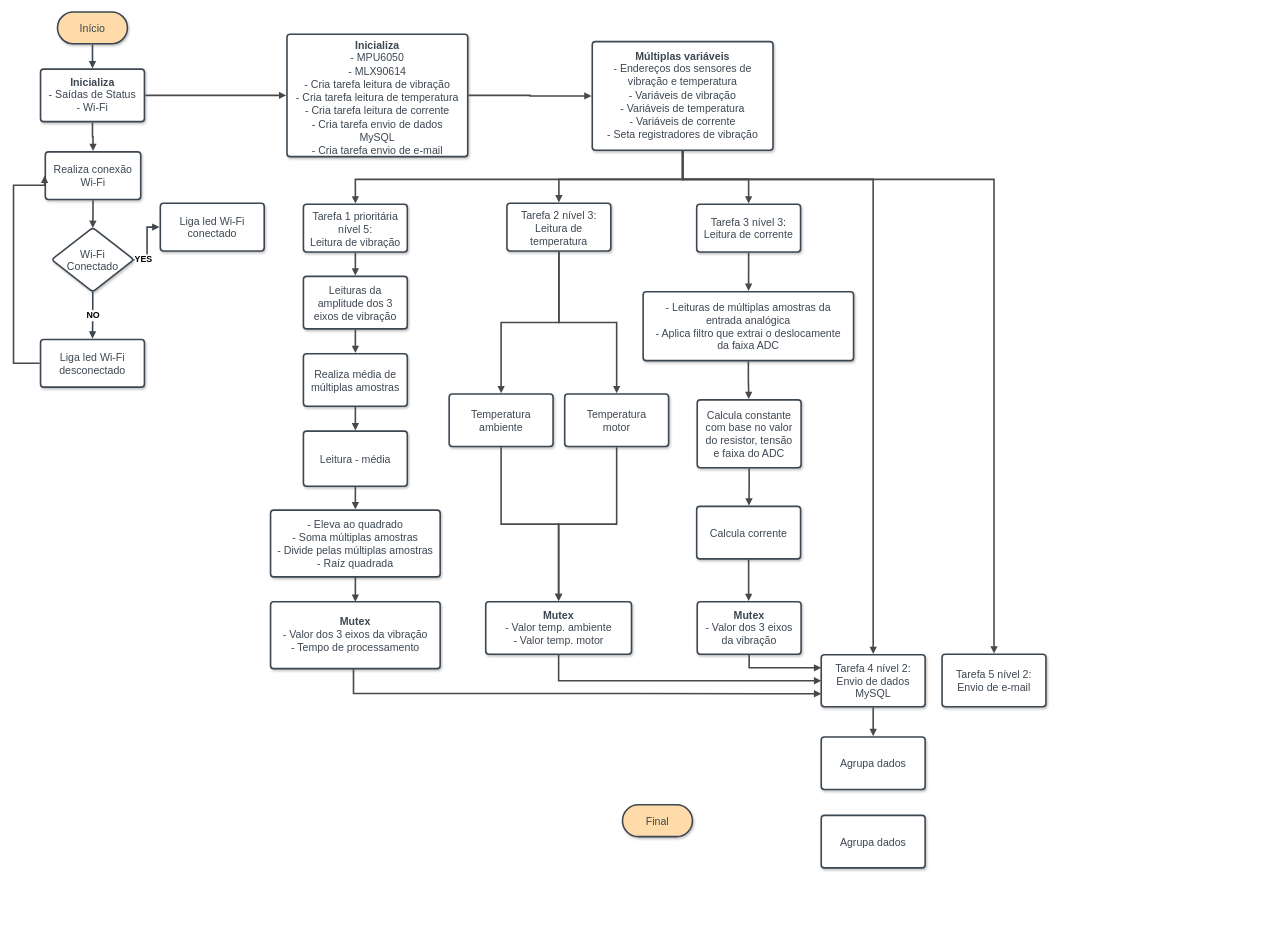
This is FluxogramaProgESP32_TCC2.drawio from fpaloschi/Fluxograma, a draw.io file, before an edit. Source tidied: cells renumbered, new cells numbered last; positions are measured from the earlier drawing's top-left corner, leaving out a move shared by most shapes. Both pictures are drawn from the tidied source at 53%, with x=0, y=0 at pixel (13, 12).
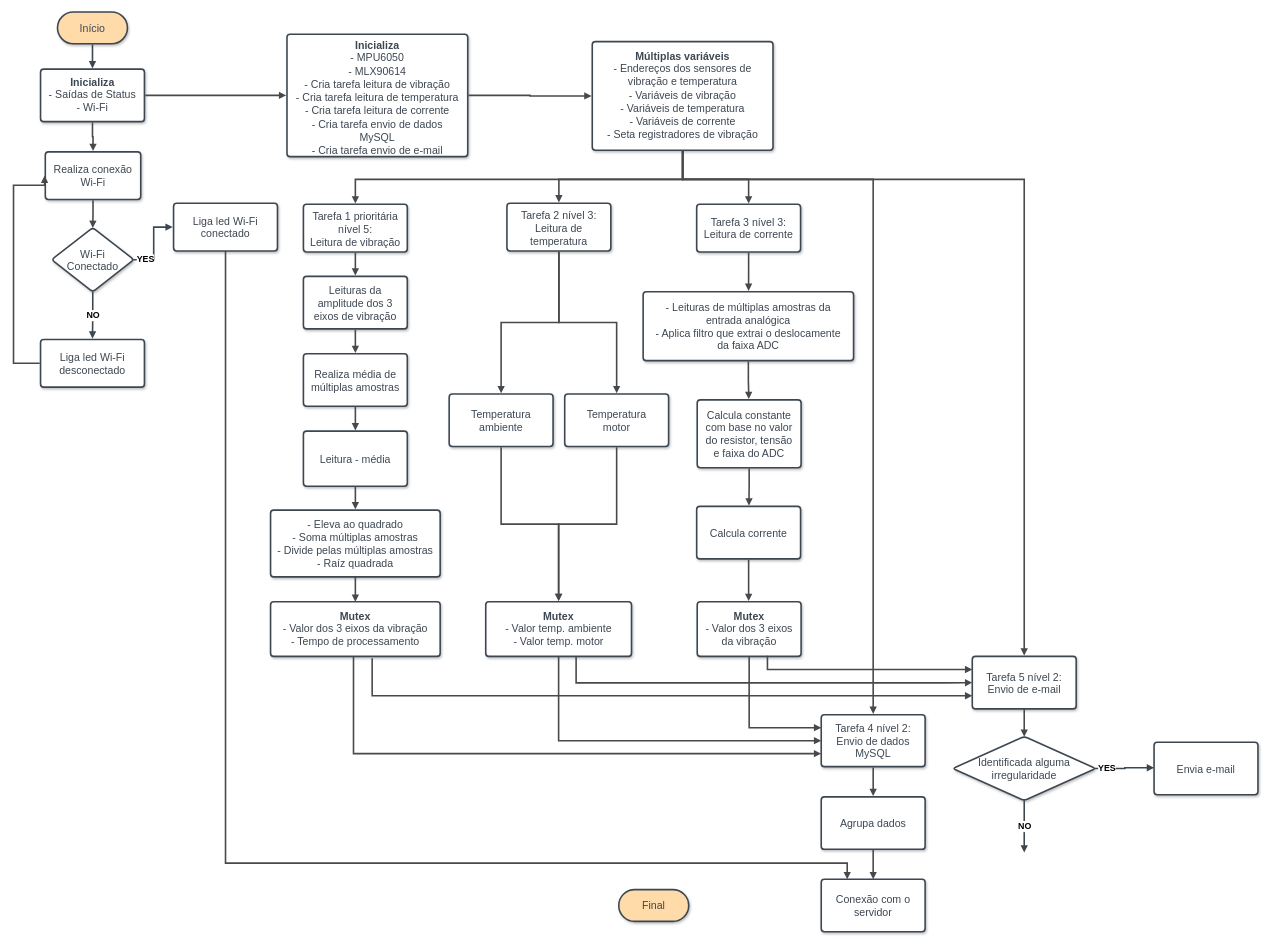
The same diagram, later.

The change refers to these unchanged cells:
```xml
<mxCell id="25" value="&lt;div style=&quot;display: flex; justify-content: center; text-align: center; align-items: baseline; font-size: 0; line-height: 1.25;margin-top: -2px;&quot;&gt;&lt;span&gt;&lt;span style=&quot;font-size:20px;color:#3d4752;font-weight: bold;font-family: Helvetica;&quot;&gt;Múltiplas variáveis&lt;/span&gt;&lt;span style=&quot;font-size:20px;color:#3d4752;font-family: Helvetica;&quot;&gt;&#10;&lt;/span&gt;&lt;/span&gt;&lt;/div&gt;&lt;div style=&quot;display: flex; justify-content: center; text-align: center; align-items: baseline; font-size: 0; line-height: 1.25;margin-top: -2px;&quot;&gt;&lt;span&gt;&lt;span style=&quot;font-size:20px;color:#3d4752;font-family: Helvetica;&quot;&gt;- Endereços dos sensores de vibração e temperatura&#10;- Variáveis de vibração&#10;- Variáveis de temperatura&#10;- Variáveis de corrente&#10;- Seta registradores de vibração&lt;/span&gt;&lt;/span&gt;&lt;/div&gt;" style="html=1;overflow=block;blockSpacing=1;whiteSpace=wrap;fontSize=13;fontFamily=Helvetica;spacing=11.3;strokeColor=#3d4752;strokeOpacity=100;fillOpacity=100;rounded=1;absoluteArcSize=1;arcSize=12;shadow=1;fillColor=#ffffff;strokeWidth=3;lucidId=vPLjcjZQjcOV;" parent="1" vertex="1">
  <mxGeometry x="1092" y="56" width="341" height="205" as="geometry" />
</mxCell>
```

The edit, as a diff of the source:
```diff
@@
     <mxCell id="6" value="Final" style="html=1;overflow=block;blockSpacing=1;whiteSpace=wrap;rounded=1;arcSize=50;fontSize=20;fontFamily=Helvetica;fontColor=#3d4752;align=center;spacing=11.3;strokeColor=#3d4752;strokeOpacity=100;fillOpacity=100;shadow=1;fillColor=#ffdba9;strokeWidth=3;lucidId=t1cwyaAYWCxq;" parent="1" vertex="1">
-      <mxGeometry x="1149" y="1496" width="132" height="60" as="geometry" />
+      <mxGeometry x="1142" y="1656" width="132" height="60" as="geometry" />
     </mxCell>
@@
     <mxCell id="19" value="Tarefa 4 nível 2: &#10;Envio de dados MySQL" style="html=1;overflow=block;blockSpacing=1;whiteSpace=wrap;fontSize=20;fontFamily=Helvetica;fontColor=#3d4752;align=center;spacing=11.3;strokeColor=#3d4752;strokeOpacity=100;fillOpacity=100;rounded=1;absoluteArcSize=1;arcSize=12;shadow=1;fillColor=#ffffff;strokeWidth=3;lucidId=rzLjJsJPlAcu;" parent="1" vertex="1">
-      <mxGeometry x="1524" y="1213" width="196" height="98" as="geometry" />
+      <mxGeometry x="1524" y="1326" width="196" height="98" as="geometry" />
     </mxCell>
     <mxCell id="20" value="Tarefa 5 nível 2: &#10;Envio de e-mail" style="html=1;overflow=block;blockSpacing=1;whiteSpace=wrap;fontSize=20;fontFamily=Helvetica;fontColor=#3d4752;align=center;spacing=11.3;strokeColor=#3d4752;strokeOpacity=100;fillOpacity=100;rounded=1;absoluteArcSize=1;arcSize=12;shadow=1;fillColor=#ffffff;strokeWidth=3;lucidId=aALjpcRrlFdX;" parent="1" vertex="1">
-      <mxGeometry x="1752" y="1212" width="196" height="99" as="geometry" />
+      <mxGeometry x="1809" y="1216" width="196" height="99" as="geometry" />
     </mxCell>
@@
     <mxCell id="22" value="Liga led Wi-Fi conectado" style="html=1;overflow=block;blockSpacing=1;whiteSpace=wrap;fontSize=20;fontFamily=Helvetica;fontColor=#3d4752;align=center;spacing=11.3;strokeColor=#3d4752;strokeOpacity=100;fillOpacity=100;rounded=1;absoluteArcSize=1;arcSize=12;shadow=1;fillColor=#ffffff;strokeWidth=3;lucidId=9ILj2eCA24AJ;" parent="1" vertex="1">
-      <mxGeometry x="277" y="361" width="196" height="90" as="geometry" />
+      <mxGeometry x="302" y="361" width="196" height="90" as="geometry" />
     </mxCell>
@@
     <mxCell id="35" value="&lt;div style=&quot;display: flex; justify-content: center; text-align: center; align-items: baseline; font-size: 0; line-height: 1.25;margin-top: -2px;&quot;&gt;&lt;span&gt;&lt;span style=&quot;font-size:20px;color:#3d4752;font-weight: bold;font-family: Helvetica;&quot;&gt;Mutex&lt;/span&gt;&lt;span style=&quot;font-size:20px;color:#3d4752;font-family: Helvetica;&quot;&gt;&#10;&lt;/span&gt;&lt;/span&gt;&lt;/div&gt;&lt;div style=&quot;display: flex; justify-content: center; text-align: center; align-items: baseline; font-size: 0; line-height: 1.25;margin-top: -2px;&quot;&gt;&lt;span&gt;&lt;span style=&quot;font-size:20px;color:#3d4752;font-family: Helvetica;&quot;&gt; -  Valor temp. ambiente&#10;- Valor temp. motor&lt;/span&gt;&lt;/span&gt;&lt;/div&gt;" style="html=1;overflow=block;blockSpacing=1;whiteSpace=wrap;fontSize=13;fontFamily=Helvetica;spacing=11.3;strokeColor=#3d4752;strokeOpacity=100;fillOpacity=100;rounded=1;absoluteArcSize=1;arcSize=12;shadow=1;fillColor=#ffffff;strokeWidth=3;lucidId=1POj_GI9XOov;" parent="1" vertex="1">
-      <mxGeometry x="891" y="1113" width="275" height="99" as="geometry" />
+      <mxGeometry x="891" y="1113" width="275" height="103" as="geometry" />
     </mxCell>
@@
     <mxCell id="50" value="&lt;div style=&quot;display: flex; justify-content: center; text-align: center; align-items: baseline; font-size: 0; line-height: 1.25;margin-top: -2px;&quot;&gt;&lt;span&gt;&lt;span style=&quot;font-size:20px;color:#3d4752;font-weight: bold;font-family: Helvetica;&quot;&gt;Mutex&lt;/span&gt;&lt;span style=&quot;font-size:20px;color:#3d4752;font-family: Helvetica;&quot;&gt;&#10;&lt;/span&gt;&lt;/span&gt;&lt;/div&gt;&lt;div style=&quot;display: flex; justify-content: center; text-align: center; align-items: baseline; font-size: 0; line-height: 1.25;margin-top: -2px;&quot;&gt;&lt;span&gt;&lt;span style=&quot;font-size:20px;color:#3d4752;font-family: Helvetica;&quot;&gt; - Valor dos 3 eixos da vibração&lt;/span&gt;&lt;/span&gt;&lt;/div&gt;" style="html=1;overflow=block;blockSpacing=1;whiteSpace=wrap;fontSize=13;fontFamily=Helvetica;spacing=11.3;strokeColor=#3d4752;strokeOpacity=100;fillOpacity=100;rounded=1;absoluteArcSize=1;arcSize=12;shadow=1;fillColor=#ffffff;strokeWidth=3;lucidId=.4OjOE916lod;" parent="1" vertex="1">
-      <mxGeometry x="1290" y="1113" width="196" height="99" as="geometry" />
+      <mxGeometry x="1290" y="1113" width="196" height="103" as="geometry" />
     </mxCell>
@@
     <mxCell id="52" value="Agrupa dados" style="html=1;overflow=block;blockSpacing=1;whiteSpace=wrap;fontSize=20;fontFamily=Helvetica;fontColor=#3d4752;align=center;spacing=11.3;strokeColor=#3d4752;strokeOpacity=100;fillOpacity=100;rounded=1;absoluteArcSize=1;arcSize=12;shadow=1;fillColor=#ffffff;strokeWidth=3;lucidId=PaPjgZ5aMJZG;" parent="1" vertex="1">
-      <mxGeometry x="1524" y="1368" width="196" height="99" as="geometry" />
+      <mxGeometry x="1524" y="1481" width="196" height="99" as="geometry" />
     </mxCell>
@@
     <mxCell id="54" style="html=1;jettySize=18;whiteSpace=wrap;fontSize=13;strokeColor=#494949;strokeWidth=3;rounded=1;arcSize=0;edgeStyle=orthogonalEdgeStyle;startArrow=none;endArrow=block;endFill=1;exitX=0.5;exitY=1.007;exitPerimeter=0;entryX=0.5;entryY=-0.015;entryPerimeter=0;lucidId=1dPj1Y2b7wFf;" parent="1" edge="1" source="25" target="20">
       <mxGeometry relative="1" as="geometry">
         <Array as="points">
-          <mxPoint x="1262" y="316" />
-          <mxPoint x="1850" y="316" />
+          <mxPoint x="1263" y="316" />
+          <mxPoint x="1907" y="316" />
         </Array>
       </mxGeometry>
     </mxCell>
@@
     <mxCell id="56" value="&lt;div style=&quot;color: rgb(0, 0, 0); display: flex; justify-content: center; align-items: baseline; font-size: 0px; line-height: 1.25; margin-top: -2px;&quot;&gt;&lt;span style=&quot;font-size: 20px; color: rgb(61, 71, 82); font-weight: bold;&quot;&gt;Mutex&lt;/span&gt;&lt;span style=&quot;font-size: 20px; color: rgb(61, 71, 82);&quot;&gt;&lt;br&gt;&lt;/span&gt;&lt;/div&gt;&lt;div style=&quot;color: rgb(0, 0, 0); display: flex; justify-content: center; align-items: baseline; font-size: 0px; line-height: 1.25; margin-top: -2px;&quot;&gt;&lt;span style=&quot;font-size: 20px; color: rgb(61, 71, 82);&quot;&gt;- Valor dos 3 eixos da vibração&lt;br&gt;- Tempo de processamento&lt;/span&gt;&lt;/div&gt;" style="html=1;overflow=block;blockSpacing=1;whiteSpace=wrap;fontSize=20;fontFamily=Helvetica;fontColor=#3d4752;align=center;spacing=11.3;strokeColor=#3d4752;strokeOpacity=100;fillOpacity=100;rounded=1;absoluteArcSize=1;arcSize=12;shadow=1;fillColor=#ffffff;strokeWidth=3;lucidId=wdOjxjT~BS-Q;" parent="1" vertex="1">
-      <mxGeometry x="485" y="1113" width="320" height="126" as="geometry" />
+      <mxGeometry x="485" y="1113" width="320" height="103" as="geometry" />
     </mxCell>
@@
     <mxCell id="58" style="html=1;jettySize=18;whiteSpace=wrap;fontSize=13;strokeColor=#494949;strokeWidth=3;rounded=1;arcSize=0;edgeStyle=orthogonalEdgeStyle;startArrow=none;endArrow=block;endFill=1;exitX=0.489;exitY=1.01;lucidId=.1OjHbTHSmcL;exitDx=0;exitDy=0;exitPerimeter=0;entryX=0;entryY=0.75;entryDx=0;entryDy=0;" parent="1" edge="1" source="56" target="19">
       <mxGeometry relative="1" as="geometry">
         <Array as="points">
-          <mxPoint x="641" y="1286" />
-          <mxPoint x="1164" y="1286" />
+          <mxPoint x="642" y="1400" />
         </Array>
       </mxGeometry>
     </mxCell>
@@
-    <mxCell id="61" value="Agrupa dados" style="html=1;overflow=block;blockSpacing=1;whiteSpace=wrap;fontSize=20;fontFamily=Helvetica;fontColor=#3d4752;align=center;spacing=11.3;strokeColor=#3d4752;strokeOpacity=100;fillOpacity=100;rounded=1;absoluteArcSize=1;arcSize=12;shadow=1;fillColor=#ffffff;strokeWidth=3;lucidId=PaPjgZ5aMJZG;" parent="1" vertex="1">
-      <mxGeometry x="1524" y="1516" width="196" height="99" as="geometry" />
+    <mxCell id="61" value="Conexão com o servidor" style="html=1;overflow=block;blockSpacing=1;whiteSpace=wrap;fontSize=20;fontFamily=Helvetica;fontColor=#3d4752;align=center;spacing=11.3;strokeColor=#3d4752;strokeOpacity=100;fillOpacity=100;rounded=1;absoluteArcSize=1;arcSize=12;shadow=1;fillColor=#ffffff;strokeWidth=3;lucidId=PaPjgZ5aMJZG;" parent="1" vertex="1">
+      <mxGeometry x="1524" y="1636.5" width="196" height="99" as="geometry" />
     </mxCell>
+    <mxCell id="62" style="html=1;jettySize=18;whiteSpace=wrap;fontSize=13;strokeColor=#494949;strokeWidth=3;rounded=1;arcSize=0;edgeStyle=orthogonalEdgeStyle;startArrow=none;endArrow=block;endFill=1;lucidId=f5OjCOt4Zw9H;exitX=0.676;exitY=0.99;exitDx=0;exitDy=0;exitPerimeter=0;entryX=0;entryY=0.25;entryDx=0;entryDy=0;" parent="1" edge="1" source="50" target="20">
+      <mxGeometry relative="1" as="geometry">
+        <Array as="points">
+          <mxPoint x="1423" y="1241" />
+          <mxPoint x="1809" y="1241" />
+        </Array>
+      </mxGeometry>
+    </mxCell>
+    <mxCell id="63" style="html=1;jettySize=18;whiteSpace=wrap;fontSize=13;strokeColor=#494949;strokeWidth=3;rounded=1;arcSize=0;edgeStyle=orthogonalEdgeStyle;startArrow=none;endArrow=block;endFill=1;exitX=0.5;exitY=1;lucidId=.1OjHbTHSmcL;exitDx=0;exitDy=0;entryX=0.25;entryY=0;entryDx=0;entryDy=0;" parent="1" edge="1" source="22" target="61">
+      <mxGeometry relative="1" as="geometry">
+        <Array as="points">
+          <mxPoint x="400" y="1606" />
+          <mxPoint x="1573" y="1606" />
+        </Array>
+      </mxGeometry>
+    </mxCell>
+    <mxCell id="64" style="html=1;jettySize=18;whiteSpace=wrap;fontSize=13;strokeColor=#494949;strokeWidth=3;rounded=1;arcSize=0;edgeStyle=orthogonalEdgeStyle;startArrow=none;endArrow=block;endFill=1;lucidId=f5OjCOt4Zw9H;exitX=0.62;exitY=0.996;exitDx=0;exitDy=0;exitPerimeter=0;entryX=0;entryY=0.5;entryDx=0;entryDy=0;" parent="1" edge="1" source="35" target="20">
+      <mxGeometry relative="1" as="geometry">
+        <Array as="points">
+          <mxPoint x="1062" y="1266" />
+          <mxPoint x="1752" y="1266" />
+        </Array>
+      </mxGeometry>
+    </mxCell>
+    <mxCell id="65" style="html=1;jettySize=18;whiteSpace=wrap;fontSize=13;strokeColor=#494949;strokeWidth=3;rounded=1;arcSize=0;edgeStyle=orthogonalEdgeStyle;startArrow=none;endArrow=block;endFill=1;lucidId=f5OjCOt4Zw9H;entryX=0;entryY=0.75;entryDx=0;entryDy=0;exitX=0.599;exitY=1.034;exitDx=0;exitDy=0;exitPerimeter=0;" parent="1" edge="1" source="56" target="20">
+      <mxGeometry relative="1" as="geometry">
+        <Array as="points">
+          <mxPoint x="677" y="1290" />
+        </Array>
+      </mxGeometry>
+    </mxCell>
+    <mxCell id="66" style="html=1;jettySize=18;whiteSpace=wrap;fontSize=13;strokeColor=#494949;strokeWidth=3;rounded=1;arcSize=0;edgeStyle=orthogonalEdgeStyle;startArrow=none;endArrow=block;endFill=1;exitX=0.5;exitY=1;entryX=0.5;entryY=0;lucidId=6ePjYhux7~zD;entryDx=0;entryDy=0;exitDx=0;exitDy=0;" parent="1" edge="1" source="52" target="61">
+      <mxGeometry relative="1" as="geometry" />
+    </mxCell>
+    <mxCell id="67" value="Identificada alguma irregularidade" style="html=1;overflow=block;blockSpacing=1;whiteSpace=wrap;rhombus;fontSize=20;fontFamily=Helvetica;fontColor=#3d4752;align=center;spacing=11.3;strokeColor=#3d4752;strokeOpacity=100;fillOpacity=100;rounded=1;absoluteArcSize=1;arcSize=12;shadow=1;fillColor=#ffffff;strokeWidth=3;lucidId=dkLjF0y4hUUD;" parent="1" vertex="1">
+      <mxGeometry x="1772" y="1367" width="270" height="121" as="geometry" />
+    </mxCell>
+    <mxCell id="68" style="html=1;jettySize=18;whiteSpace=wrap;fontSize=16.7;fontFamily=Helvetica;fontStyle=1;strokeColor=#3d4752;strokeOpacity=100;strokeWidth=3;rounded=1;arcSize=0;edgeStyle=orthogonalEdgeStyle;startArrow=none;endArrow=block;endFill=1;exitX=0.991;exitY=0.5;exitPerimeter=0;lucidId=dkLj98RTN1pg;" parent="1" edge="1" source="67">
+      <mxGeometry relative="1" as="geometry">
+        <mxPoint x="2152" y="1426" as="targetPoint" />
+        <Array as="points">
+          <mxPoint x="2097" y="1428" />
+          <mxPoint x="2097" y="1426" />
+        </Array>
+      </mxGeometry>
+    </mxCell>
+    <mxCell id="69" value="YES" style="text;html=1;labelBackgroundColor=default;align=center;verticalAlign=middle;fontStyle=1;fontSize=16.7;" parent="68" vertex="1">
+      <mxGeometry x="-0.66" relative="1" as="geometry">
+        <mxPoint x="4" as="offset" />
+      </mxGeometry>
+    </mxCell>
+    <mxCell id="70" style="html=1;jettySize=18;whiteSpace=wrap;fontSize=16.7;fontFamily=Helvetica;fontStyle=1;strokeColor=#3d4752;strokeOpacity=100;strokeWidth=3;rounded=1;arcSize=0;edgeStyle=orthogonalEdgeStyle;startArrow=none;endArrow=block;endFill=1;exitX=0.5;exitY=0.995;exitPerimeter=0;lucidId=dkLjdHbdrjaG;" parent="1" edge="1" source="67">
+      <mxGeometry relative="1" as="geometry">
+        <mxPoint x="1907" y="1586" as="targetPoint" />
+      </mxGeometry>
+    </mxCell>
+    <mxCell id="71" value="NO" style="text;html=1;labelBackgroundColor=default;align=center;verticalAlign=middle;fontStyle=1;fontSize=16.7;" parent="70" vertex="1">
+      <mxGeometry relative="1" as="geometry" />
+    </mxCell>
+    <mxCell id="72" style="html=1;jettySize=18;whiteSpace=wrap;fontSize=13;strokeColor=#494949;strokeWidth=3;rounded=1;arcSize=0;edgeStyle=orthogonalEdgeStyle;startArrow=none;endArrow=block;endFill=1;entryX=0.5;entryY=0.005;entryPerimeter=0;lucidId=8uLjnlYUT5LJ;exitX=0.5;exitY=1;exitDx=0;exitDy=0;" parent="1" edge="1" source="20" target="67">
+      <mxGeometry relative="1" as="geometry" />
+    </mxCell>
+    <mxCell id="73" value="Envia e-mail" style="html=1;overflow=block;blockSpacing=1;whiteSpace=wrap;fontSize=20;fontFamily=Helvetica;fontColor=#3d4752;align=center;spacing=11.3;strokeColor=#3d4752;strokeOpacity=100;fillOpacity=100;rounded=1;absoluteArcSize=1;arcSize=12;shadow=1;fillColor=#ffffff;strokeWidth=3;lucidId=aALjpcRrlFdX;" parent="1" vertex="1">
+      <mxGeometry x="2152" y="1378" width="196" height="99" as="geometry" />
+    </mxCell>
```
